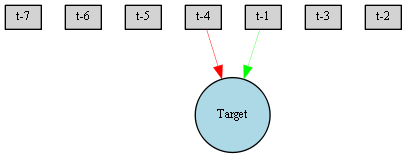
lafengxiaoyu/ENN keeps this Graphviz diagram as lynx/Digraph.gv.png. Above is the earlier version. Its source is kept beside it as lynx/Digraph.gv.
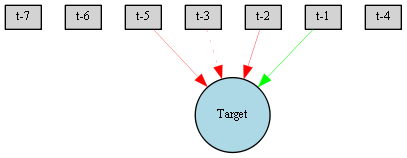
Above is the later version.

The edit, as a diff of the source:
```diff
@@ -8,6 +8,8 @@
 	"t-2" [fillcolor=lightgray shape=box style=filled]
 	"t-1" [fillcolor=lightgray shape=box style=filled]
 	Target [fillcolor=lightblue style=filled]
-	"t-4" -> Target [color=red penwidth=0.34608363957521127 style=solid]
-	"t-1" -> Target [color=green penwidth=0.24710208570951217 style=solid]
+	"t-5" -> Target [color=red penwidth=0.20458912396681306 style=solid]
+	"t-1" -> Target [color=green penwidth=0.35990489442101725 style=solid]
+	"t-2" -> Target [color=red penwidth=0.260915275439186 style=solid]
+	"t-3" -> Target [color=red penwidth=0.1580159987414048 style=dotted]
 }
```
